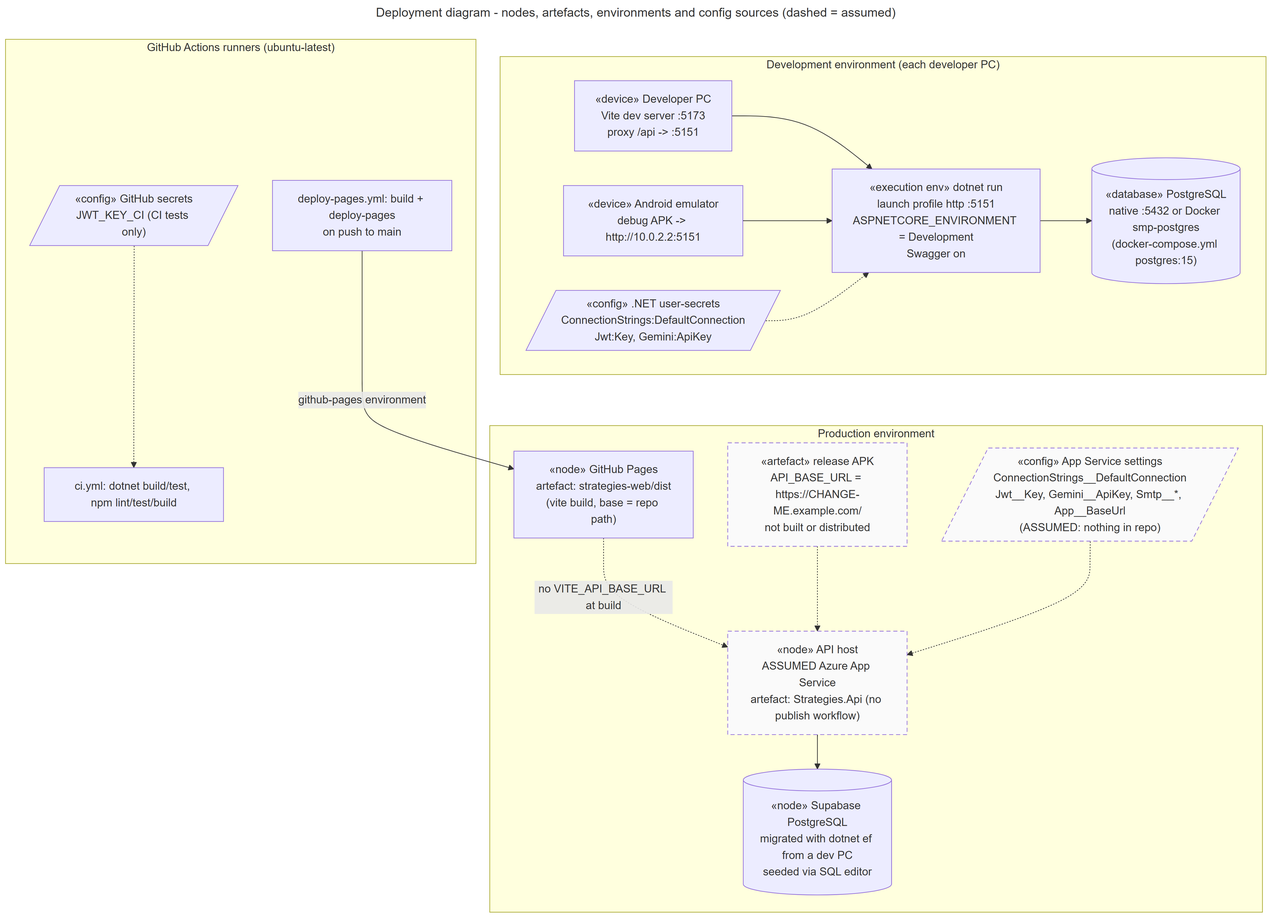
The Mermaid diagram docs/diagrams/deployment.png in Muthambi-Mbulungeni/final-project-api, before a commit. Its source is kept beside it as docs/diagrams/deployment.mmd.
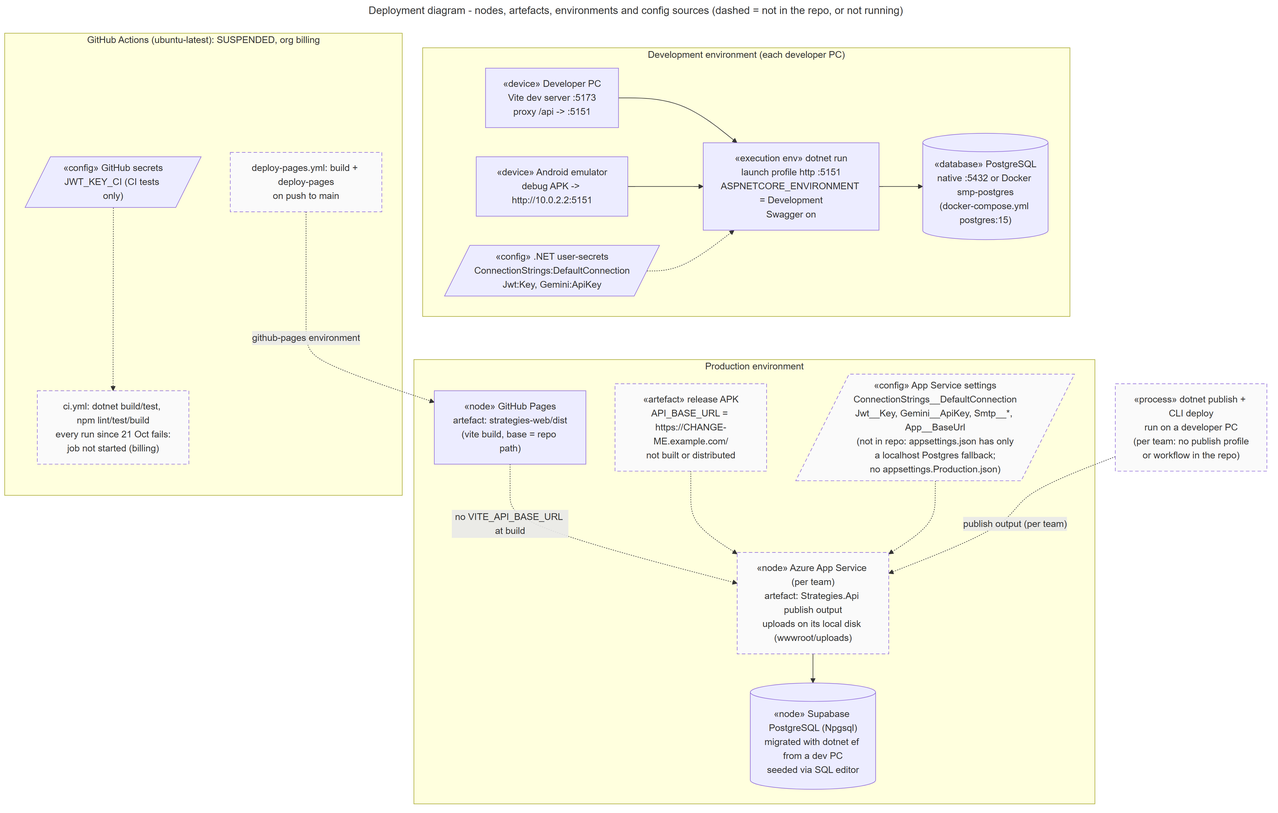
Later version of the same file.

Diff of the diagram source:
```diff
@@ -1,5 +1,5 @@
 ---
-title: Deployment diagram - nodes, artefacts, environments and config sources (dashed = assumed)
+title: Deployment diagram - nodes, artefacts, environments and config sources (dashed = not in the repo, or not running)
 ---
 flowchart TB
     subgraph DEV["Development environment (each developer PC)"]
@@ -9,6 +9,7 @@
         DEVDB[("«database» PostgreSQL<br>native :5432 or Docker smp-postgres<br>(docker-compose.yml postgres:15)")]
         EMU["«device» Android emulator<br>debug APK -> http://10.0.2.2:5151"]
         SECRETS[/"«config» .NET user-secrets<br>ConnectionStrings:DefaultConnection<br>Jwt:Key, Gemini:ApiKey"/]
+
         DEVWEB --> DEVAPI
         EMU --> DEVAPI
         DEVAPI --> DEVDB
@@ -18,24 +19,27 @@
     subgraph PROD["Production environment"]
         direction LR
         PAGESN["«node» GitHub Pages<br>artefact: strategies-web/dist<br>(vite build, base = repo path)"]
-        APPSVC["«node» API host<br>ASSUMED Azure App Service<br>artefact: Strategies.Api (no publish workflow)"]
-        SUPAN[("«node» Supabase PostgreSQL<br>migrated with dotnet ef from a dev PC<br>seeded via SQL editor")]
+        APPSVC["«node» Azure App Service (per team)<br>artefact: Strategies.Api publish output<br>uploads on its local disk (wwwroot/uploads)"]
+        SUPAN[("«node» Supabase PostgreSQL (Npgsql)<br>migrated with dotnet ef from a dev PC<br>seeded via SQL editor")]
         APK["«artefact» release APK<br>API_BASE_URL = https://CHANGE-ME.example.com/<br>not built or distributed"]
-        APPSET[/"«config» App Service settings<br>ConnectionStrings__DefaultConnection<br>Jwt__Key, Gemini__ApiKey, Smtp__*, App__BaseUrl<br>(ASSUMED: nothing in repo)"/]
+        APPSET[/"«config» App Service settings<br>ConnectionStrings__DefaultConnection<br>Jwt__Key, Gemini__ApiKey, Smtp__*, App__BaseUrl<br>(not in repo: appsettings.json has only<br>a localhost Postgres fallback;<br>no appsettings.Production.json)"/]
         PAGESN -.->|"no VITE_API_BASE_URL at build"| APPSVC
         APK -.-> APPSVC
         APPSVC --> SUPAN
         APPSET -.-> APPSVC
     end
 
-    subgraph CI["GitHub Actions runners (ubuntu-latest)"]
-        BUILD["ci.yml: dotnet build/test, npm lint/test/build"]
+    subgraph CI["GitHub Actions (ubuntu-latest): SUSPENDED, org billing"]
+        BUILD["ci.yml: dotnet build/test, npm lint/test/build<br>every run since 21 Oct fails:<br>job not started (billing)"]
         GHSEC[/"«config» GitHub secrets<br>JWT_KEY_CI (CI tests only)"/]
         DEPLOY["deploy-pages.yml: build + deploy-pages<br>on push to main"]
     end
 
+    PUBLISH["«process» dotnet publish + CLI deploy<br>run on a developer PC<br>(per team: no publish profile<br>or workflow in the repo)"]
+
     GHSEC -.-> BUILD
-    DEPLOY -->|"github-pages environment"| PAGESN
+    DEPLOY -.->|"github-pages environment"| PAGESN
+    PUBLISH -.->|"publish output (per team)"| APPSVC
 
     classDef assumed stroke-dasharray: 6 4,fill:#fafafa
-    class APPSVC,APPSET,APK assumed
+    class APPSVC,APPSET,APK,PUBLISH,BUILD,DEPLOY assumed
```
